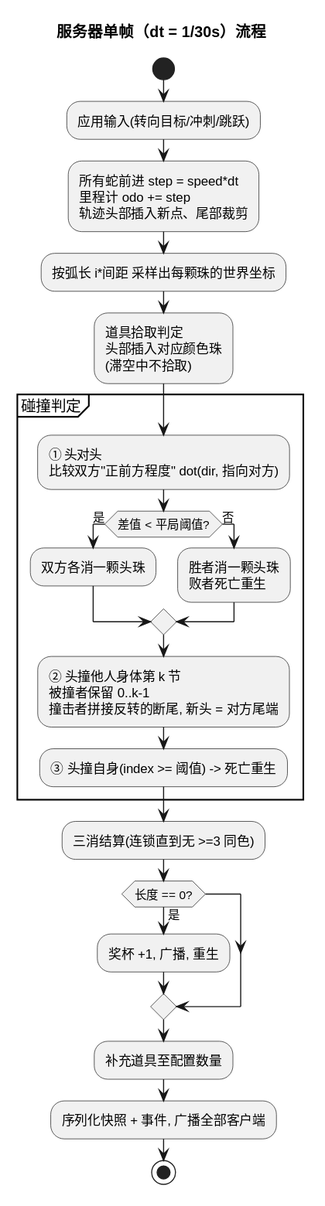
Above: docs/img/tick.svg in crvsrvn/SnakeMatch3 (PlantUML), before the change. Its source is kept beside it as docs/tick.puml.
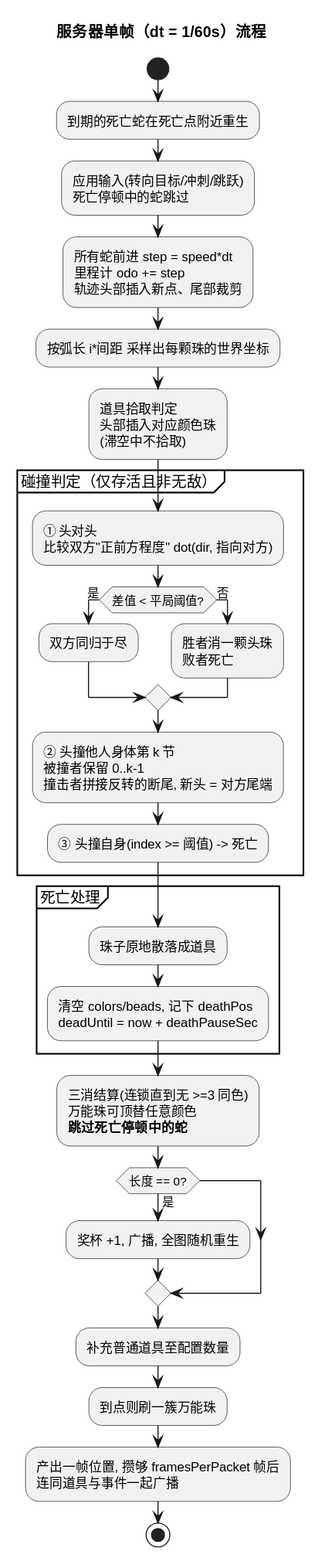
Later version of the same file.

Diff of the diagram source:
```diff
@@ -1,26 +1,32 @@
 @startuml tick
-title 服务器单帧（dt = 1/30s）流程
+title 服务器单帧（dt = 1/60s）流程
 
 start
-:应用输入(转向目标/冲刺/跳跃);
+:到期的死亡蛇在死亡点附近重生;
+:应用输入(转向目标/冲刺/跳跃)\n死亡停顿中的蛇跳过;
 :所有蛇前进 step = speed*dt\n里程计 odo += step\n轨迹头部插入新点、尾部裁剪;
 :按弧长 i*间距 采样出每颗珠的世界坐标;
 :道具拾取判定\n头部插入对应颜色珠\n(滞空中不拾取);
-partition 碰撞判定 {
+partition 碰撞判定（仅存活且非无敌） {
   :① 头对头\n比较双方"正前方程度" dot(dir, 指向对方);
   if (差值 < 平局阈值?) then (是)
-    :双方各消一颗头珠;
+    :双方同归于尽;
   else (否)
-    :胜者消一颗头珠\n败者死亡重生;
+    :胜者消一颗头珠\n败者死亡;
   endif
   :② 头撞他人身体第 k 节\n被撞者保留 0..k-1\n撞击者拼接反转的断尾, 新头 = 对方尾端;
-  :③ 头撞自身(index >= 阈值) -> 死亡重生;
+  :③ 头撞自身(index >= 阈值) -> 死亡;
 }
-:三消结算(连锁直到无 >=3 同色);
+partition 死亡处理 {
+  :珠子原地散落成道具;
+  :清空 colors/beads, 记下 deathPos\ndeadUntil = now + deathPauseSec;
+}
+:三消结算(连锁直到无 >=3 同色)\n万能珠可顶替任意颜色\n**跳过死亡停顿中的蛇**;
 if (长度 == 0?) then (是)
-  :奖杯 +1, 广播, 重生;
+  :奖杯 +1, 广播, 全图随机重生;
 endif
-:补充道具至配置数量;
-:序列化快照 + 事件, 广播全部客户端;
+:补充普通道具至配置数量;
+:到点则刷一簇万能珠;
+:产出一帧位置, 攒够 framesPerPacket 帧后\n连同道具与事件一起广播;
 stop
 @enduml
```
